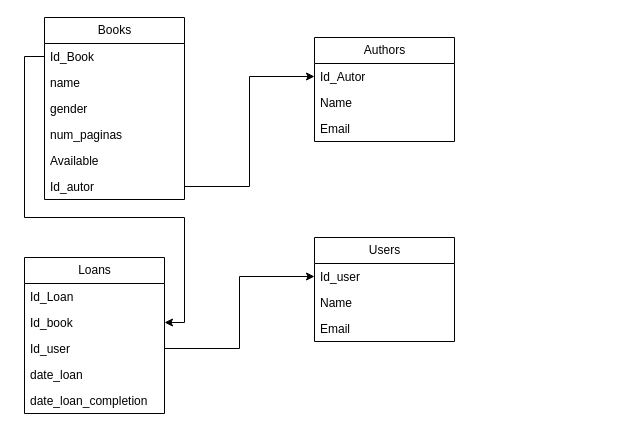
This is Diagrama sin título.drawio from Rafaelrg11/Cositas, a draw.io file, before an edit. Source tidied: cells renumbered, new cells numbered last; positions are measured from the earlier drawing's top-left corner, leaving out a move shared by most shapes. Both pictures are drawn from the tidied source at 100%, with x=0, y=0 at pixel (24, 17).
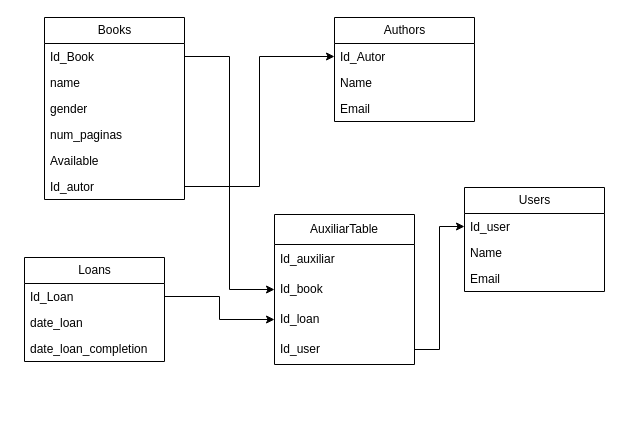
Above is the later version.

The change refers to these unchanged cells:
```xml
<mxCell id="3" value="Id_Book" style="text;strokeColor=none;fillColor=none;align=left;verticalAlign=top;spacingLeft=4;spacingRight=4;overflow=hidden;points=[[0,0.5],[1,0.5]];portConstraint=eastwest;whiteSpace=wrap;html=1;" parent="2" vertex="1">
  <mxGeometry y="26" width="140" height="26" as="geometry" />
</mxCell>
<mxCell id="14" value="Id_Loan" style="text;strokeColor=none;fillColor=none;align=left;verticalAlign=top;spacingLeft=4;spacingRight=4;overflow=hidden;points=[[0,0.5],[1,0.5]];portConstraint=eastwest;whiteSpace=wrap;html=1;" parent="13" vertex="1">
  <mxGeometry y="26" width="140" height="26" as="geometry" />
</mxCell>
```

What changed in the source:
```diff
@@
     <mxCell id="9" value="Authors" style="swimlane;fontStyle=0;horizontal=1;startSize=26;fillColor=none;html=1;" parent="1" vertex="1">
-      <mxGeometry x="290" y="20" width="140" height="104" as="geometry" />
+      <mxGeometry x="310" width="140" height="104" as="geometry" />
     </mxCell>
@@
     <mxCell id="13" value="Loans" style="swimlane;fontStyle=0;horizontal=1;startSize=26;fillColor=none;html=1;" parent="1" vertex="1">
-      <mxGeometry y="240" width="140" height="156" as="geometry" />
+      <mxGeometry y="240" width="140" height="104" as="geometry" />
     </mxCell>
@@
-    <mxCell id="15" value="Id_book" style="text;strokeColor=none;fillColor=none;align=left;verticalAlign=top;spacingLeft=4;spacingRight=4;overflow=hidden;points=[[0,0.5],[1,0.5]];portConstraint=eastwest;whiteSpace=wrap;html=1;" parent="13" vertex="1">
-      <mxGeometry y="52" width="140" height="26" as="geometry" />
-    </mxCell>
-    <mxCell id="16" value="Id_user" style="text;strokeColor=none;fillColor=none;align=left;verticalAlign=top;spacingLeft=4;spacingRight=4;overflow=hidden;points=[[0,0.5],[1,0.5]];portConstraint=eastwest;whiteSpace=wrap;html=1;" parent="13" vertex="1">
-      <mxGeometry y="78" width="140" height="26" as="geometry" />
-    </mxCell>
     <mxCell id="17" value="date_loan" style="text;strokeColor=none;fillColor=none;align=left;verticalAlign=top;spacingLeft=4;spacingRight=4;overflow=hidden;whiteSpace=wrap;html=1;" parent="13" vertex="1">
-      <mxGeometry y="104" width="140" height="26" as="geometry" />
+      <mxGeometry y="52" width="140" height="26" as="geometry" />
     </mxCell>
     <mxCell id="18" value="date_loan_completion" style="text;strokeColor=none;fillColor=none;align=left;verticalAlign=top;spacingLeft=4;spacingRight=4;overflow=hidden;whiteSpace=wrap;html=1;" parent="13" vertex="1">
-      <mxGeometry y="130" width="140" height="26" as="geometry" />
+      <mxGeometry y="78" width="140" height="26" as="geometry" />
     </mxCell>
     <mxCell id="19" value="Users" style="swimlane;fontStyle=0;horizontal=1;startSize=26;fillColor=none;html=1;" parent="1" vertex="1">
-      <mxGeometry x="290" y="220" width="140" height="104" as="geometry" />
+      <mxGeometry x="440" y="170" width="140" height="104" as="geometry" />
     </mxCell>
@@
+    <mxCell id="26" value="AuxiliarTable" style="swimlane;fontStyle=0;horizontal=1;startSize=30;whiteSpace=wrap;html=1;" parent="1" vertex="1">
+      <mxGeometry x="250" y="197" width="140" height="150" as="geometry" />
+    </mxCell>
+    <mxCell id="27" value="Id_auxiliar" style="text;strokeColor=none;fillColor=none;align=left;verticalAlign=middle;spacingLeft=4;spacingRight=4;overflow=hidden;whiteSpace=wrap;html=1;" parent="26" vertex="1">
+      <mxGeometry y="30" width="140" height="30" as="geometry" />
+    </mxCell>
+    <mxCell id="15" value="Id_book" style="text;strokeColor=none;fillColor=none;align=left;verticalAlign=middle;spacingLeft=4;spacingRight=4;overflow=hidden;points=[[0,0.5],[1,0.5]];portConstraint=eastwest;whiteSpace=wrap;html=1;" parent="26" vertex="1">
+      <mxGeometry y="60" width="140" height="30" as="geometry" />
+    </mxCell>
+    <mxCell id="28" value="Id_loan" style="text;strokeColor=none;fillColor=none;align=left;verticalAlign=middle;spacingLeft=4;spacingRight=4;overflow=hidden;points=[[0,0.5],[1,0.5]];portConstraint=eastwest;whiteSpace=wrap;html=1;" parent="26" vertex="1">
+      <mxGeometry y="90" width="140" height="30" as="geometry" />
+    </mxCell>
+    <mxCell id="16" value="Id_user" style="text;strokeColor=none;fillColor=none;align=left;verticalAlign=middle;spacingLeft=4;spacingRight=4;overflow=hidden;points=[[0,0.5],[1,0.5]];portConstraint=eastwest;whiteSpace=wrap;html=1;" parent="26" vertex="1">
+      <mxGeometry y="120" width="140" height="30" as="geometry" />
+    </mxCell>
+    <mxCell id="25" style="edgeStyle=orthogonalEdgeStyle;rounded=0;jettySize=auto;html=1;exitX=1;exitY=0.5;exitDx=0;exitDy=0;entryX=0;entryY=0.5;entryDx=0;entryDy=0;" parent="1" edge="1" source="3" target="15">
+      <mxGeometry relative="1" as="geometry" />
+    </mxCell>
+    <mxCell id="29" style="edgeStyle=orthogonalEdgeStyle;rounded=0;jettySize=auto;html=1;exitX=1;exitY=0.5;exitDx=0;exitDy=0;entryX=0;entryY=0.5;entryDx=0;entryDy=0;" parent="1" edge="1" source="14" target="28">
+      <mxGeometry relative="1" as="geometry" />
+    </mxCell>
@@
-    <mxCell id="25" style="edgeStyle=orthogonalEdgeStyle;rounded=0;jettySize=auto;html=1;exitX=0;exitY=0.5;exitDx=0;exitDy=0;entryX=1;entryY=0.5;entryDx=0;entryDy=0;" parent="1" edge="1" source="3" target="15">
-      <mxGeometry relative="1" as="geometry">
-        <Array as="points">
-          <mxPoint y="39" />
-          <mxPoint y="200" />
-          <mxPoint x="160" y="200" />
-          <mxPoint x="160" y="305" />
-        </Array>
-      </mxGeometry>
-    </mxCell>
```
